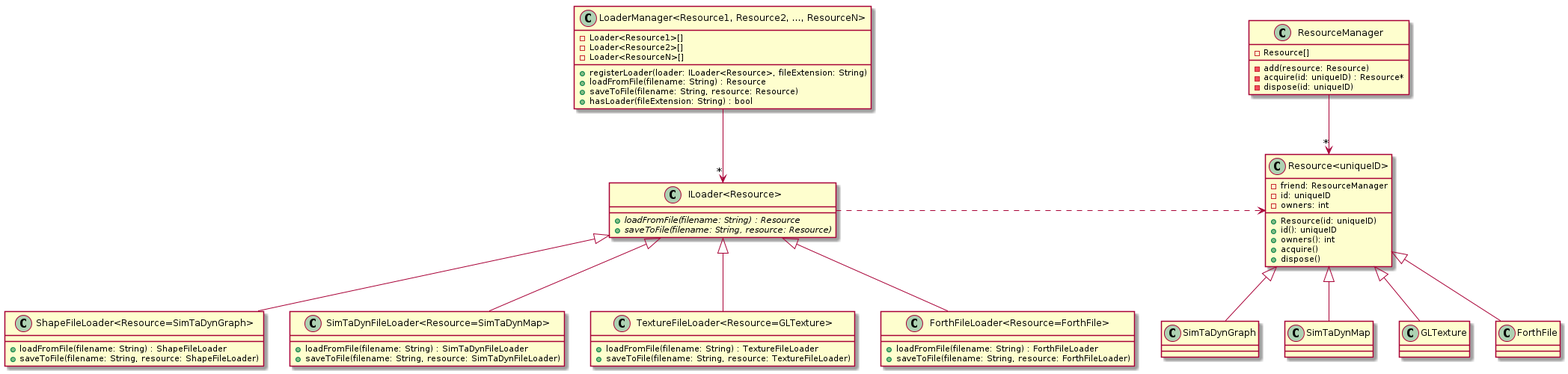
Before: doc/uml/loader.png, a diagram exported from PlantUML (Lecrapouille/SimTaDyn).
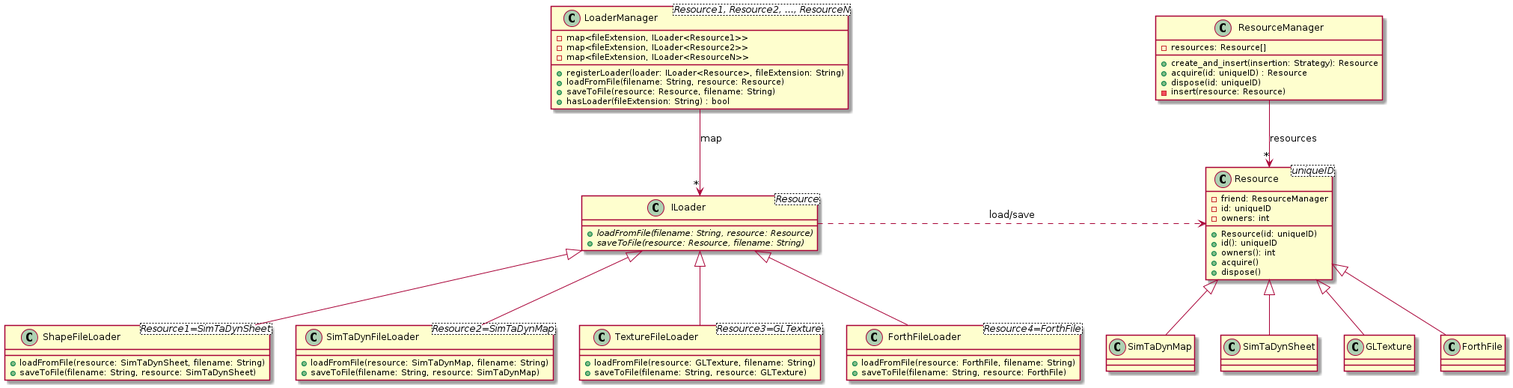
The same diagram one commit later.

Diff of the diagram source:
```diff
@@ -1,7 +1,6 @@
 @startuml
 
-class "Resource<uniqueID>" as Resource
-class Resource {
+class Resource<uniqueID> {
 -friend: ResourceManager
 -id: uniqueID
 -owners: int
@@ -13,64 +12,59 @@
 }
 
 class ResourceManager {
--Resource[]
--add(resource: Resource)
--acquire(id: uniqueID) : Resource*
--dispose(id: uniqueID)
+-resources: Resource[]
++create_and_insert(insertion: Strategy): Resource
++acquire(id: uniqueID) : Resource
++dispose(id: uniqueID)
+-insert(resource: Resource)
 }
 
-ResourceManager --> "*" Resource
+ResourceManager --> "*" Resource: resources
 
-class "ILoader<Resource>" as ILoader
-class ILoader {
-+{abstract} loadFromFile(filename: String) : Resource
-+{abstract} saveToFile(filename: String, resource: Resource)
+class ILoader<Resource> {
++{abstract} loadFromFile(filename: String, resource: Resource)
++{abstract} saveToFile(resource: Resource, filename: String)
 }
 
-class "LoaderManager<Resource1, Resource2, ..., ResourceN>" as LoaderManager
-class LoaderManager {
--Loader<Resource1>[]
--Loader<Resource2>[]
--Loader<ResourceN>[]
+class LoaderManager<Resource1, Resource2, ..., ResourceN> {
+-map<fileExtension, ILoader<Resource1>>
+-map<fileExtension, ILoader<Resource2>>
+-map<fileExtension, ILoader<ResourceN>>
 +registerLoader(loader: ILoader<Resource>, fileExtension: String)
-+loadFromFile(filename: String) : Resource
-+saveToFile(filename: String, resource: Resource)
++loadFromFile(filename: String, resource: Resource)
++saveToFile(resource: Resource, filename: String)
 +hasLoader(fileExtension: String) : bool
 }
 
-class "ShapeFileLoader<Resource=SimTaDynGraph>" as ShapeFileLoader
-class ShapeFileLoader {
-+loadFromFile(filename: String) : ShapeFileLoader
-+saveToFile(filename: String, resource: ShapeFileLoader)
+class ShapeFileLoader<Resource1=SimTaDynSheet> {
++loadFromFile(resource: SimTaDynSheet, filename: String)
++saveToFile(filename: String, resource: SimTaDynSheet)
 }
 
-class "SimTaDynFileLoader<Resource=SimTaDynMap>" as SimTaDynFileLoader
-class SimTaDynFileLoader {
-+loadFromFile(filename: String) : SimTaDynFileLoader
-+saveToFile(filename: String, resource: SimTaDynFileLoader)
+class SimTaDynFileLoader<Resource2=SimTaDynMap> {
++loadFromFile(resource: SimTaDynMap, filename: String)
++saveToFile(filename: String, resource: SimTaDynMap)
 }
 
-class "TextureFileLoader<Resource=GLTexture>" as TextureFileLoader
-class TextureFileLoader {
-+loadFromFile(filename: String) : TextureFileLoader
-+saveToFile(filename: String, resource: TextureFileLoader)
+class TextureFileLoader<Resource3=GLTexture> {
++loadFromFile(resource: GLTexture, filename: String)
++saveToFile(filename: String, resource: GLTexture)
 }
 
-class "ForthFileLoader<Resource=ForthFile>" as ForthFileLoader
-class ForthFileLoader {
-+loadFromFile(filename: String) : ForthFileLoader
-+saveToFile(filename: String, resource: ForthFileLoader)
+class ForthFileLoader<Resource4=ForthFile> {
++loadFromFile(resource: ForthFile, filename: String)
++saveToFile(filename: String, resource: ForthFile)
 }
 
-LoaderManager --> "*" ILoader
-ILoader .> Resource
+LoaderManager --> "*" ILoader: map
+ILoader .> Resource: load/save
+ILoader <|-- SimTaDynFileLoader
 ILoader <|-- ShapeFileLoader
-ILoader <|-- SimTaDynFileLoader
 ILoader <|-- TextureFileLoader
 ILoader <|-- ForthFileLoader
 
-Resource <|-- SimTaDynGraph
 Resource <|-- SimTaDynMap
+Resource <|-- SimTaDynSheet
 Resource <|-- GLTexture
 Resource <|-- ForthFile
 
```
